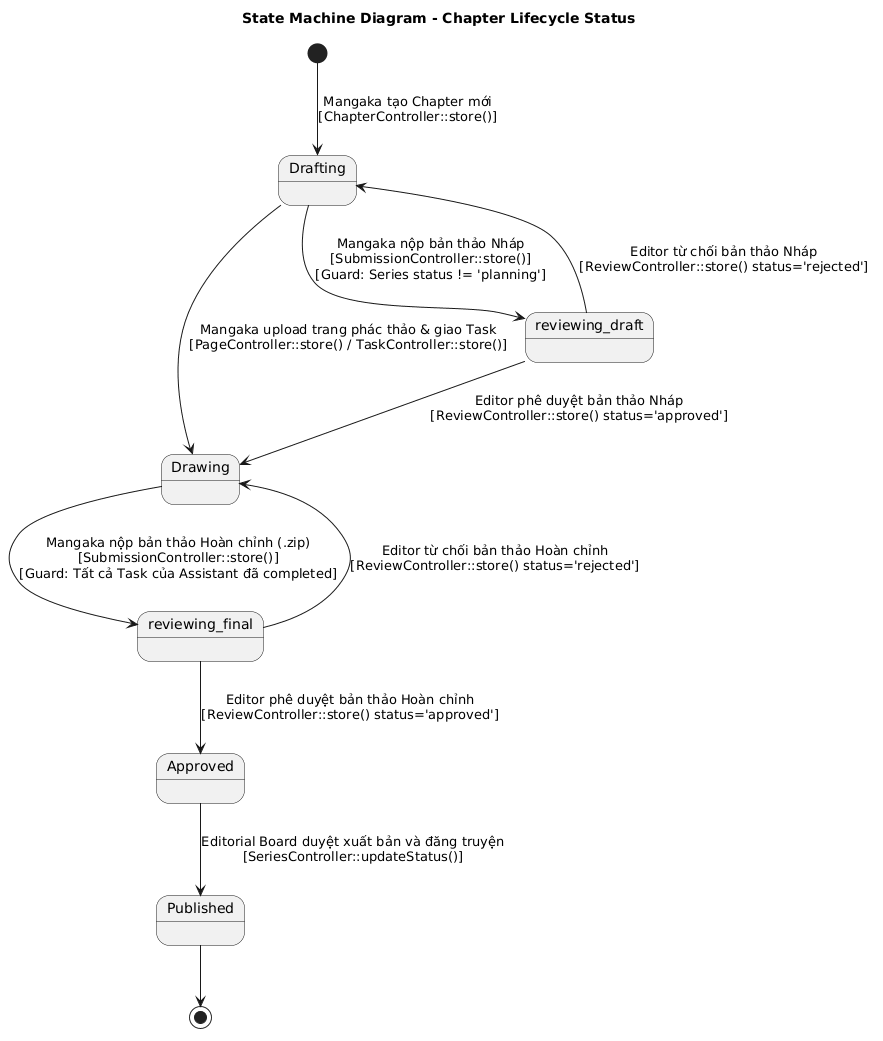
Earlier version of the PlantUML export assets/diagrams/Chapter3_IMAGE/State_Machine_Chapter.png (trongtan0079/manga-workflow-report). Source of this version:
```plantuml
@startuml
title State Machine Diagram - Chapter Lifecycle Status

[*] --> Drafting : Mangaka tạo Chapter mới\n[ChapterController::store()]

Drafting --> Drawing : Mangaka upload trang phác thảo & giao Task\n[PageController::store() / TaskController::store()]
Drafting --> reviewing_draft : Mangaka nộp bản thảo Nháp\n[SubmissionController::store()]\n[Guard: Series status != 'planning']

reviewing_draft --> Drafting : Editor từ chối bản thảo Nháp\n[ReviewController::store() status='rejected']
reviewing_draft --> Drawing : Editor phê duyệt bản thảo Nháp\n[ReviewController::store() status='approved']

Drawing --> reviewing_final : Mangaka nộp bản thảo Hoàn chỉnh (.zip)\n[SubmissionController::store()]\n[Guard: Tất cả Task của Assistant đã completed]

reviewing_final --> Drawing : Editor từ chối bản thảo Hoàn chỉnh\n[ReviewController::store() status='rejected']
reviewing_final --> Approved : Editor phê duyệt bản thảo Hoàn chỉnh\n[ReviewController::store() status='approved']

Approved --> Published : Editorial Board duyệt xuất bản và đăng truyện\n[SeriesController::updateStatus()]

Published --> [*]
@enduml
```
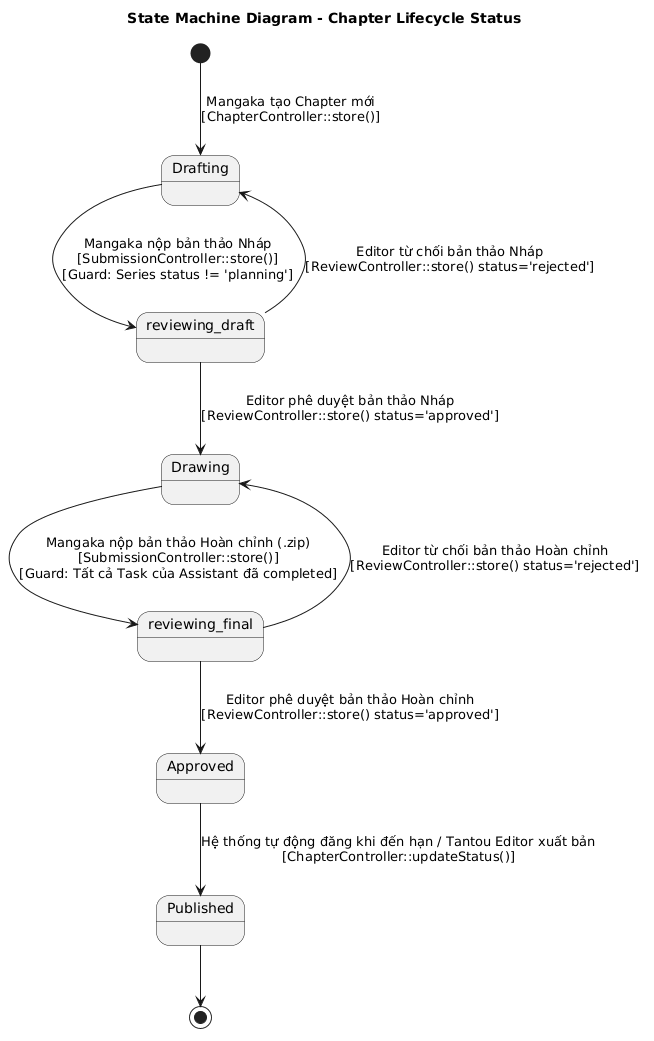
After the commit.

Diff of the diagram source:
```diff
@@ -3,7 +3,7 @@
 
 [*] --> Drafting : Mangaka tạo Chapter mới\n[ChapterController::store()]
 
-Drafting --> Drawing : Mangaka upload trang phác thảo & giao Task\n[PageController::store() / TaskController::store()]
+
 Drafting --> reviewing_draft : Mangaka nộp bản thảo Nháp\n[SubmissionController::store()]\n[Guard: Series status != 'planning']
 
 reviewing_draft --> Drafting : Editor từ chối bản thảo Nháp\n[ReviewController::store() status='rejected']
@@ -14,7 +14,7 @@
 reviewing_final --> Drawing : Editor từ chối bản thảo Hoàn chỉnh\n[ReviewController::store() status='rejected']
 reviewing_final --> Approved : Editor phê duyệt bản thảo Hoàn chỉnh\n[ReviewController::store() status='approved']
 
-Approved --> Published : Editorial Board duyệt xuất bản và đăng truyện\n[SeriesController::updateStatus()]
+Approved --> Published : Hệ thống tự động đăng khi đến hạn / Tantou Editor xuất bản\n[ChapterController::updateStatus()]
 
 Published --> [*]
 @enduml
```
